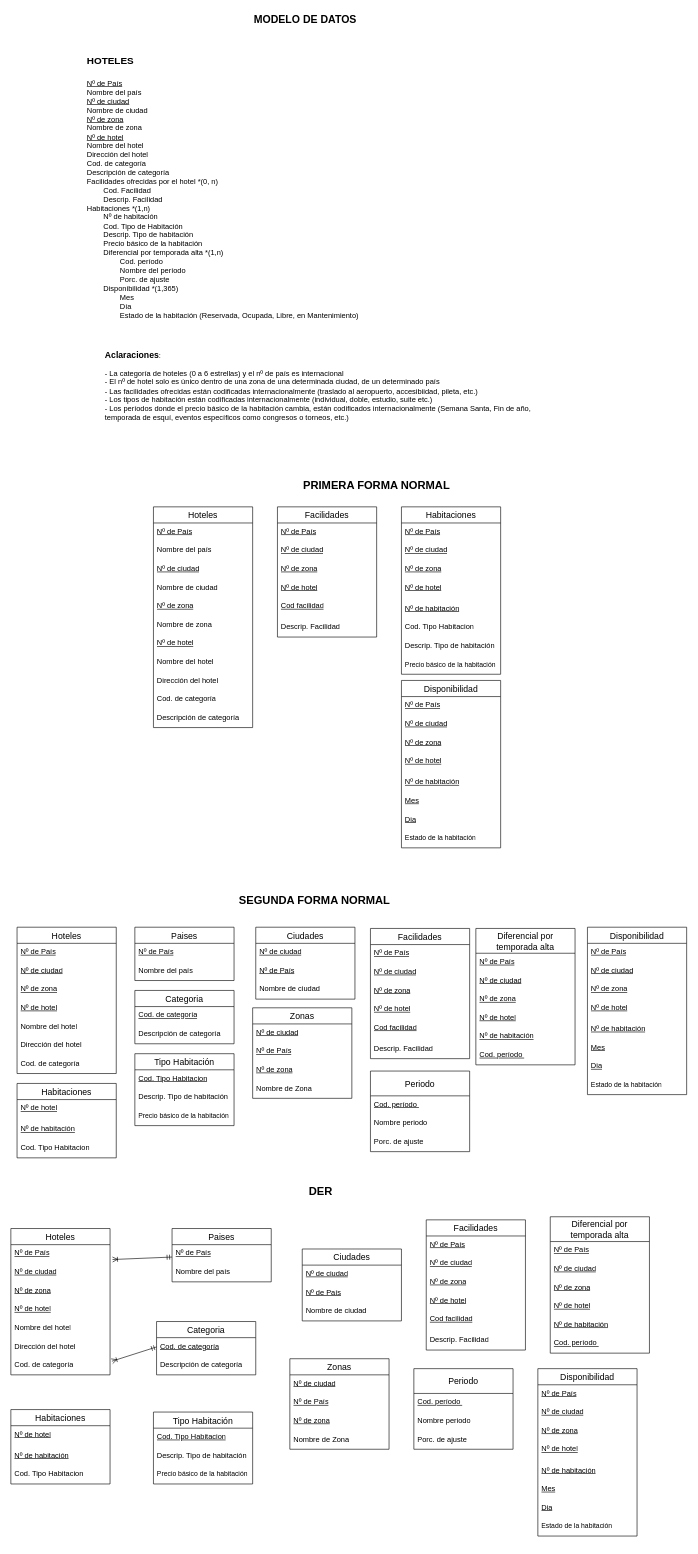
Earlier version of the draw.io diagram Diagrama-Entidad-Relacion.drawio (FrancoSimonFormia/TP-Hoteles-DABD-Grupo11). Source tidied: cells renumbered, new cells numbered last; positions are measured from the earlier drawing's top-left corner, leaving out a move shared by most shapes. Both pictures are drawn from the tidied source at 62%, with x=0, y=0 at pixel (11, 11).
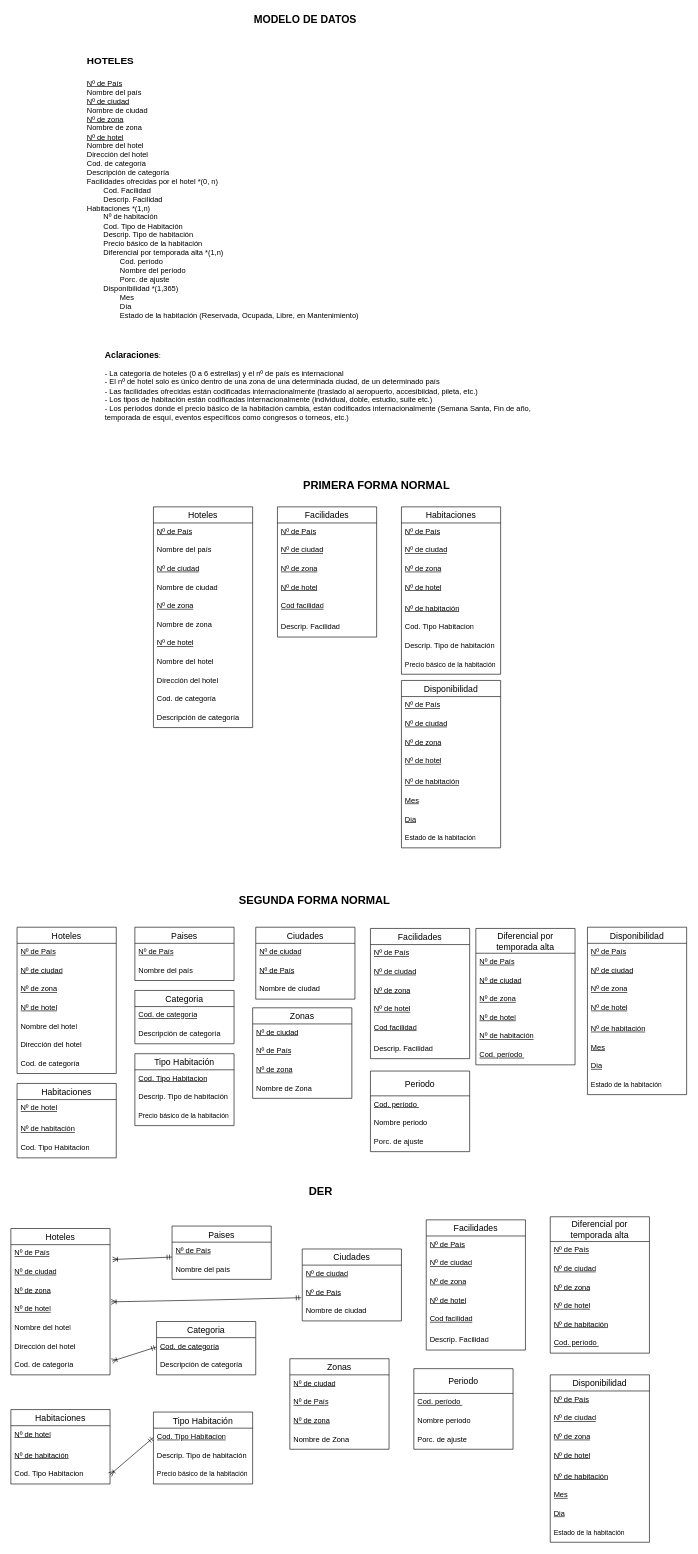
After the change.

Commit message:
Agrego Mas Relaciones Al DER

The change refers to these unchanged cells:
```xml
<mxCell id="107" value="&lt;u&gt;Nº de hotel&lt;/u&gt;&lt;div&gt;&lt;br&gt;&lt;/div&gt;" style="text;strokeColor=none;fillColor=none;spacingLeft=4;spacingRight=4;overflow=hidden;points=[[0,0.5],[1,0.5]];portConstraint=eastwest;fontSize=12;whiteSpace=wrap;html=1;" parent="103" vertex="1">
  <mxGeometry y="116" width="160" height="30" as="geometry" />
</mxCell>
<mxCell id="114" value="Cod. Tipo Habitacion" style="text;strokeColor=none;fillColor=none;spacingLeft=4;spacingRight=4;overflow=hidden;points=[[0,0.5],[1,0.5]];portConstraint=eastwest;fontSize=12;whiteSpace=wrap;html=1;" parent="111" vertex="1">
  <mxGeometry y="90" width="160" height="30" as="geometry" />
</mxCell>
<mxCell id="122" value="&lt;u&gt;Cod. Tipo Habitacion&lt;/u&gt;" style="text;strokeColor=none;fillColor=none;spacingLeft=4;spacingRight=4;overflow=hidden;points=[[0,0.5],[1,0.5]];portConstraint=eastwest;fontSize=12;whiteSpace=wrap;html=1;" parent="121" vertex="1">
  <mxGeometry y="26" width="160" height="30" as="geometry" />
</mxCell>
<mxCell id="127" value="&lt;u&gt;Nº de País&lt;/u&gt;" style="text;strokeColor=none;fillColor=none;spacingLeft=4;spacingRight=4;overflow=hidden;points=[[0,0.5],[1,0.5]];portConstraint=eastwest;fontSize=12;whiteSpace=wrap;html=1;" parent="125" vertex="1">
  <mxGeometry y="56" width="160" height="30" as="geometry" />
</mxCell>
```

The edit, as a diff of the source:
```diff
@@
     <mxCell id="115" value="Paises" style="swimlane;fontStyle=0;horizontal=1;startSize=26;align=center;fontSize=14;" parent="1" vertex="1">
-      <mxGeometry x="260" y="1964" width="160" height="86" as="geometry" />
+      <mxGeometry x="260" y="1960" width="160" height="86" as="geometry" />
     </mxCell>
@@
     <mxCell id="152" value="Disponibilidad" style="swimlane;fontStyle=0;horizontal=1;startSize=26;align=center;fontSize=14;" parent="1" vertex="1">
-      <mxGeometry x="850" y="2190" width="160" height="270" as="geometry" />
+      <mxGeometry x="870" y="2200" width="160" height="270" as="geometry" />
     </mxCell>
@@
+    <mxCell id="163" style="fontSize=12;html=1;endArrow=ERoneToMany;startArrow=ERmandOne;rounded=0;exitX=0;exitY=0.5;exitDx=0;exitDy=0;entryX=1;entryY=0.5;entryDx=0;entryDy=0;" parent="1" edge="1" source="122" target="114">
+      <mxGeometry relative="1" as="geometry" />
+    </mxCell>
+    <mxCell id="164" style="fontSize=12;html=1;endArrow=ERoneToMany;startArrow=ERmandOne;rounded=0;exitX=-0.01;exitY=0.752;exitDx=0;exitDy=0;exitPerimeter=0;entryX=1.011;entryY=0.075;entryDx=0;entryDy=0;entryPerimeter=0;" parent="1" edge="1" source="127" target="107">
+      <mxGeometry relative="1" as="geometry">
+        <Array as="points">
+          <mxPoint x="330" y="2079" />
+        </Array>
+      </mxGeometry>
+    </mxCell>
```
